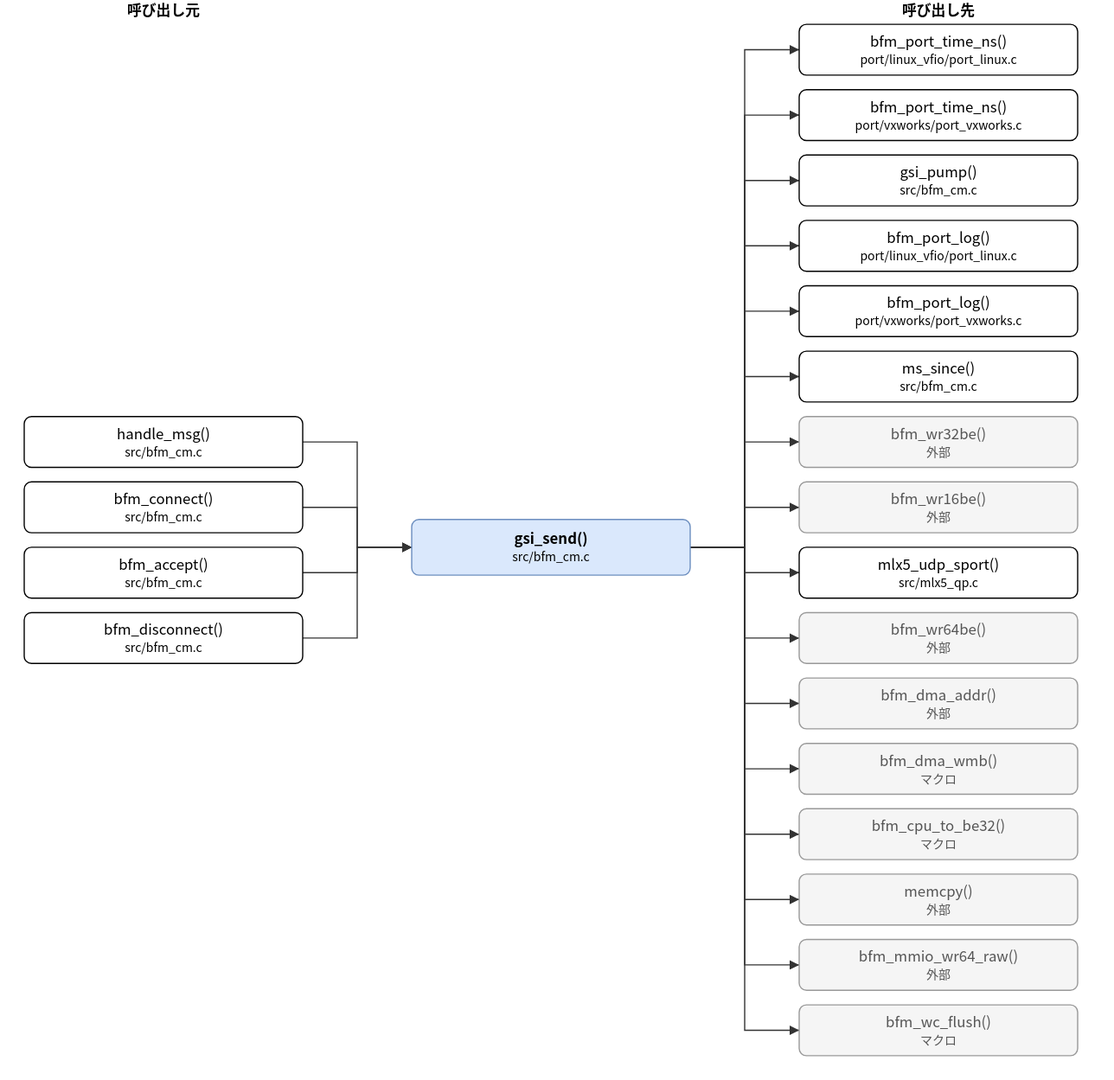
The draw.io diagram doc/spec/images/call_src_bfm_cm-gsi_send.drawio.svg in hf355051012-ai/bfmem, before a commit. Source tidied: cells renumbered, new cells last; positions are measured from the earlier drawing's top-left corner, leaving out a move shared by most shapes.
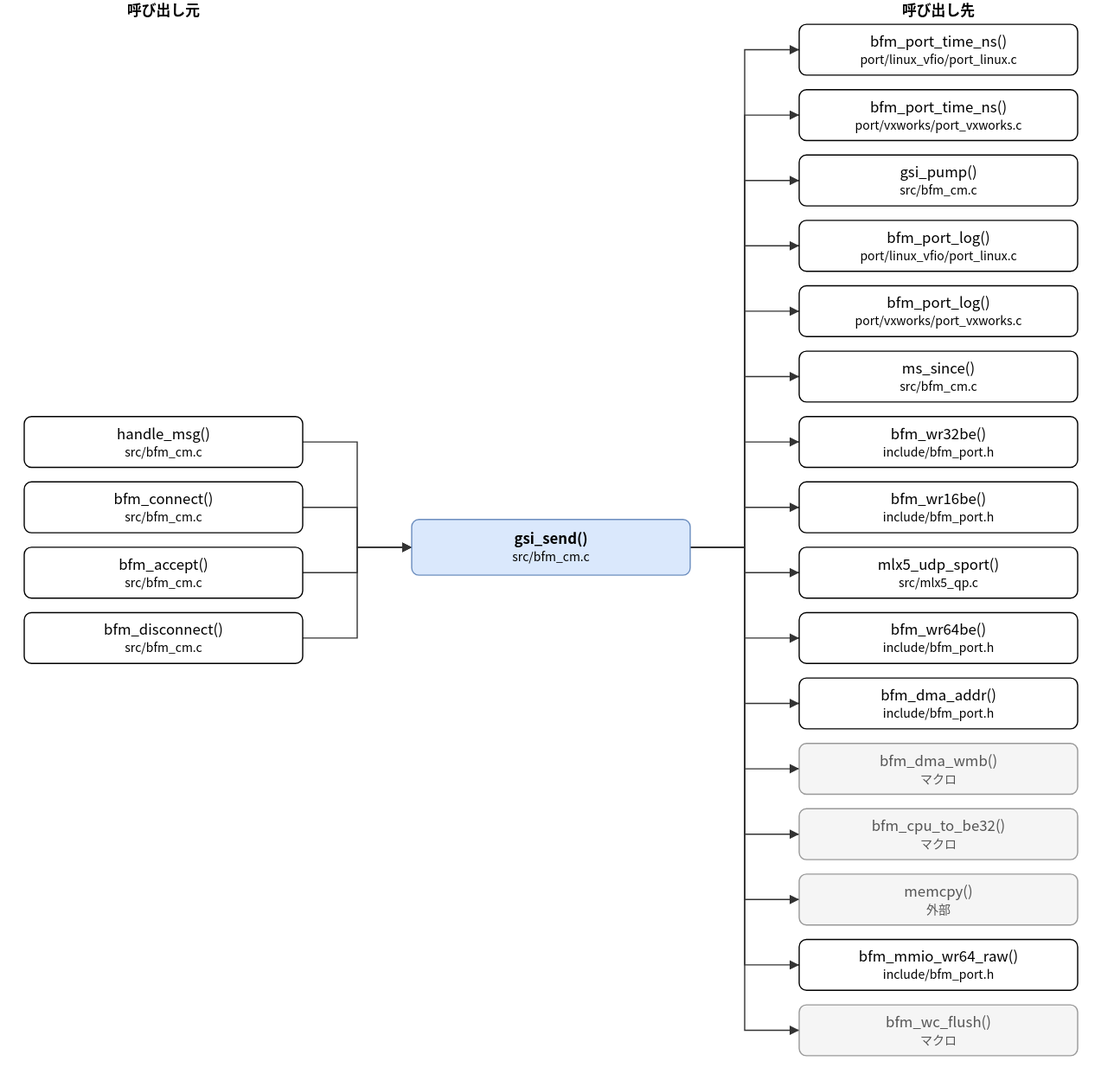
Above is the later version.

What changed in the source:
```diff
@@ -35,19 +35,19 @@
     <mxCell id="12" value="ms_since()&lt;br&gt;&lt;font style=&quot;font-size:10px&quot;&gt;src/bfm_cm.c&lt;/font&gt;" style="rounded=1;whiteSpace=wrap;html=1;" parent="1" vertex="1">
       <mxGeometry x="640" y="290" width="230" height="42" as="geometry" />
     </mxCell>
-    <mxCell id="13" value="bfm_wr32be()&lt;br&gt;&lt;font style=&quot;font-size:10px&quot;&gt;外部&lt;/font&gt;" style="rounded=1;whiteSpace=wrap;html=1;fillColor=#f5f5f5;strokeColor=#999999;fontColor=#555555;" parent="1" vertex="1">
+    <mxCell id="13" value="bfm_wr32be()&lt;br&gt;&lt;font style=&quot;font-size:10px&quot;&gt;include/bfm_port.h&lt;/font&gt;" style="rounded=1;whiteSpace=wrap;html=1;" parent="1" vertex="1">
       <mxGeometry x="640" y="344" width="230" height="42" as="geometry" />
     </mxCell>
-    <mxCell id="14" value="bfm_wr16be()&lt;br&gt;&lt;font style=&quot;font-size:10px&quot;&gt;外部&lt;/font&gt;" style="rounded=1;whiteSpace=wrap;html=1;fillColor=#f5f5f5;strokeColor=#999999;fontColor=#555555;" parent="1" vertex="1">
+    <mxCell id="14" value="bfm_wr16be()&lt;br&gt;&lt;font style=&quot;font-size:10px&quot;&gt;include/bfm_port.h&lt;/font&gt;" style="rounded=1;whiteSpace=wrap;html=1;" parent="1" vertex="1">
       <mxGeometry x="640" y="398" width="230" height="42" as="geometry" />
     </mxCell>
     <mxCell id="15" value="mlx5_udp_sport()&lt;br&gt;&lt;font style=&quot;font-size:10px&quot;&gt;src/mlx5_qp.c&lt;/font&gt;" style="rounded=1;whiteSpace=wrap;html=1;" parent="1" vertex="1">
       <mxGeometry x="640" y="452" width="230" height="42" as="geometry" />
     </mxCell>
-    <mxCell id="16" value="bfm_wr64be()&lt;br&gt;&lt;font style=&quot;font-size:10px&quot;&gt;外部&lt;/font&gt;" style="rounded=1;whiteSpace=wrap;html=1;fillColor=#f5f5f5;strokeColor=#999999;fontColor=#555555;" parent="1" vertex="1">
+    <mxCell id="16" value="bfm_wr64be()&lt;br&gt;&lt;font style=&quot;font-size:10px&quot;&gt;include/bfm_port.h&lt;/font&gt;" style="rounded=1;whiteSpace=wrap;html=1;" parent="1" vertex="1">
       <mxGeometry x="640" y="506" width="230" height="42" as="geometry" />
     </mxCell>
-    <mxCell id="17" value="bfm_dma_addr()&lt;br&gt;&lt;font style=&quot;font-size:10px&quot;&gt;外部&lt;/font&gt;" style="rounded=1;whiteSpace=wrap;html=1;fillColor=#f5f5f5;strokeColor=#999999;fontColor=#555555;" parent="1" vertex="1">
+    <mxCell id="17" value="bfm_dma_addr()&lt;br&gt;&lt;font style=&quot;font-size:10px&quot;&gt;include/bfm_port.h&lt;/font&gt;" style="rounded=1;whiteSpace=wrap;html=1;" parent="1" vertex="1">
       <mxGeometry x="640" y="560" width="230" height="42" as="geometry" />
     </mxCell>
     <mxCell id="18" value="bfm_dma_wmb()&lt;br&gt;&lt;font style=&quot;font-size:10px&quot;&gt;マクロ&lt;/font&gt;" style="rounded=1;whiteSpace=wrap;html=1;fillColor=#f5f5f5;strokeColor=#999999;fontColor=#555555;" parent="1" vertex="1">
@@ -59,7 +59,7 @@
     <mxCell id="20" value="memcpy()&lt;br&gt;&lt;font style=&quot;font-size:10px&quot;&gt;外部&lt;/font&gt;" style="rounded=1;whiteSpace=wrap;html=1;fillColor=#f5f5f5;strokeColor=#999999;fontColor=#555555;" parent="1" vertex="1">
       <mxGeometry x="640" y="722" width="230" height="42" as="geometry" />
     </mxCell>
-    <mxCell id="21" value="bfm_mmio_wr64_raw()&lt;br&gt;&lt;font style=&quot;font-size:10px&quot;&gt;外部&lt;/font&gt;" style="rounded=1;whiteSpace=wrap;html=1;fillColor=#f5f5f5;strokeColor=#999999;fontColor=#555555;" parent="1" vertex="1">
+    <mxCell id="21" value="bfm_mmio_wr64_raw()&lt;br&gt;&lt;font style=&quot;font-size:10px&quot;&gt;include/bfm_port.h&lt;/font&gt;" style="rounded=1;whiteSpace=wrap;html=1;" parent="1" vertex="1">
       <mxGeometry x="640" y="776" width="230" height="42" as="geometry" />
     </mxCell>
     <mxCell id="22" value="bfm_wc_flush()&lt;br&gt;&lt;font style=&quot;font-size:10px&quot;&gt;マクロ&lt;/font&gt;" style="rounded=1;whiteSpace=wrap;html=1;fillColor=#f5f5f5;strokeColor=#999999;fontColor=#555555;" parent="1" vertex="1">
```
